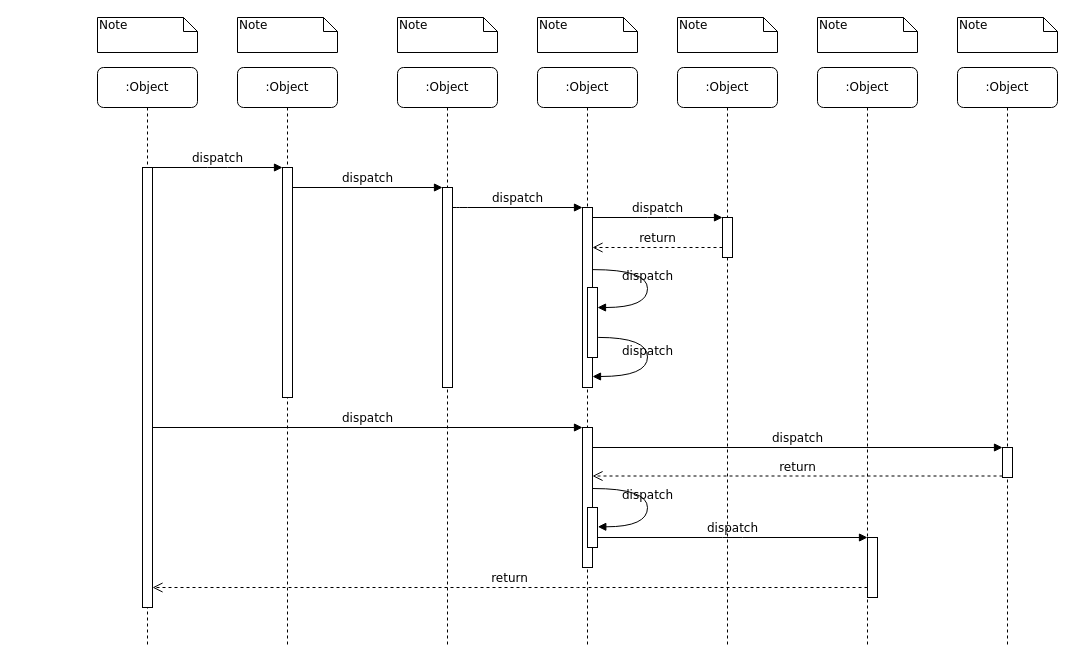
Above: Untitled Diagram.drawio in AdijeShen/images (draw.io), before the change. Source tidied: cells renumbered, new cells numbered last; positions are measured from the earlier drawing's top-left corner, leaving out a move shared by most shapes. Both pictures are drawn from the tidied source at 100%, with x=0, y=0 at pixel (97, 17).
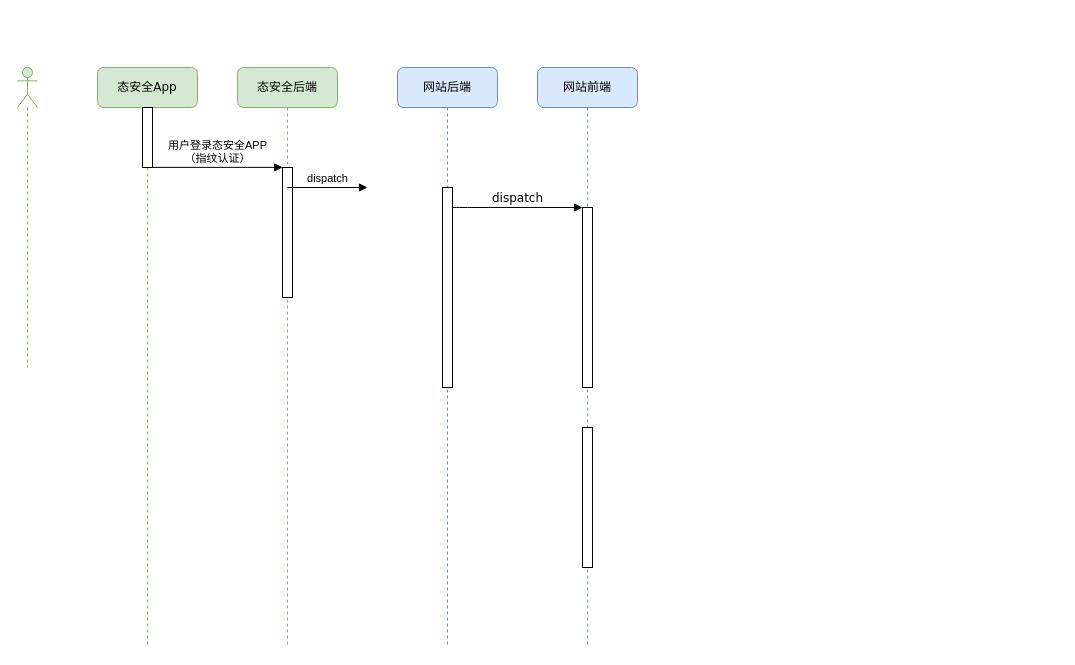
The same diagram, later.

The change refers to these unchanged cells:
```xml
<mxCell id="5" style="html=1;points=[];perimeter=orthogonalPerimeter;rounded=0;shadow=0;comic=0;labelBackgroundColor=none;strokeWidth=1;fontFamily=Verdana;fontSize=12;align=center;" parent="4" vertex="1">
  <mxGeometry x="45" y="120" width="10" height="200" as="geometry" />
</mxCell>
<mxCell id="12" style="html=1;points=[];perimeter=orthogonalPerimeter;rounded=0;shadow=0;comic=0;labelBackgroundColor=none;strokeWidth=1;fontFamily=Verdana;fontSize=12;align=center;" parent="1" vertex="1">
  <mxGeometry x="485" y="190" width="10" height="180" as="geometry" />
</mxCell>
<mxCell id="17" style="html=1;points=[];perimeter=orthogonalPerimeter;rounded=0;shadow=0;comic=0;labelBackgroundColor=none;strokeWidth=1;fontFamily=Verdana;fontSize=12;align=center;" parent="1" vertex="1">
  <mxGeometry x="485" y="410" width="10" height="140" as="geometry" />
</mxCell>
```

What changed in the source:
```diff
@@
-    <mxCell id="2" value=":Object" style="shape=umlLifeline;perimeter=lifelinePerimeter;whiteSpace=wrap;html=1;rounded=1;shadow=0;comic=0;labelBackgroundColor=none;strokeWidth=1;fontFamily=Verdana;fontSize=12;align=center;" parent="1" vertex="1">
+    <mxCell id="2" value="态安全后端" style="shape=umlLifeline;perimeter=lifelinePerimeter;whiteSpace=wrap;html=1;rounded=1;shadow=0;comic=0;labelBackgroundColor=none;strokeWidth=1;fontFamily=Verdana;fontSize=12;align=center;fillColor=#d5e8d4;strokeColor=#82b366;" parent="1" vertex="1">
       <mxGeometry x="140" y="50" width="100" height="580" as="geometry" />
     </mxCell>
     <mxCell id="3" style="html=1;points=[];perimeter=orthogonalPerimeter;rounded=0;shadow=0;comic=0;labelBackgroundColor=none;strokeWidth=1;fontFamily=Verdana;fontSize=12;align=center;" parent="2" vertex="1">
-      <mxGeometry x="45" y="100" width="10" height="230" as="geometry" />
+      <mxGeometry x="45" y="100" width="10" height="130" as="geometry" />
     </mxCell>
-    <mxCell id="4" value=":Object" style="shape=umlLifeline;perimeter=lifelinePerimeter;whiteSpace=wrap;html=1;rounded=1;shadow=0;comic=0;labelBackgroundColor=none;strokeWidth=1;fontFamily=Verdana;fontSize=12;align=center;" parent="1" vertex="1">
+    <mxCell id="4" value="网站后端" style="shape=umlLifeline;perimeter=lifelinePerimeter;whiteSpace=wrap;html=1;rounded=1;shadow=0;comic=0;labelBackgroundColor=none;strokeWidth=1;fontFamily=Verdana;fontSize=12;align=center;fillColor=#dae8fc;strokeColor=#6c8ebf;" parent="1" vertex="1">
       <mxGeometry x="300" y="50" width="100" height="580" as="geometry" />
     </mxCell>
@@
-    <mxCell id="6" value=":Object" style="shape=umlLifeline;perimeter=lifelinePerimeter;whiteSpace=wrap;html=1;rounded=1;shadow=0;comic=0;labelBackgroundColor=none;strokeWidth=1;fontFamily=Verdana;fontSize=12;align=center;" parent="1" vertex="1">
+    <mxCell id="6" value="网站前端" style="shape=umlLifeline;perimeter=lifelinePerimeter;whiteSpace=wrap;html=1;rounded=1;shadow=0;comic=0;labelBackgroundColor=none;strokeWidth=1;fontFamily=Verdana;fontSize=12;align=center;fillColor=#dae8fc;strokeColor=#6c8ebf;" parent="1" vertex="1">
       <mxGeometry x="440" y="50" width="100" height="580" as="geometry" />
     </mxCell>
-    <mxCell id="7" value=":Object" style="shape=umlLifeline;perimeter=lifelinePerimeter;whiteSpace=wrap;html=1;rounded=1;shadow=0;comic=0;labelBackgroundColor=none;strokeWidth=1;fontFamily=Verdana;fontSize=12;align=center;" parent="1" vertex="1">
-      <mxGeometry x="580" y="50" width="100" height="580" as="geometry" />
-    </mxCell>
-    <mxCell id="8" value=":Object" style="shape=umlLifeline;perimeter=lifelinePerimeter;whiteSpace=wrap;html=1;rounded=1;shadow=0;comic=0;labelBackgroundColor=none;strokeWidth=1;fontFamily=Verdana;fontSize=12;align=center;" parent="1" vertex="1">
-      <mxGeometry x="720" y="50" width="100" height="580" as="geometry" />
-    </mxCell>
-    <mxCell id="9" value=":Object" style="shape=umlLifeline;perimeter=lifelinePerimeter;whiteSpace=wrap;html=1;rounded=1;shadow=0;comic=0;labelBackgroundColor=none;strokeWidth=1;fontFamily=Verdana;fontSize=12;align=center;" parent="1" vertex="1">
-      <mxGeometry x="860" y="50" width="100" height="580" as="geometry" />
-    </mxCell>
-    <mxCell id="10" value=":Object" style="shape=umlLifeline;perimeter=lifelinePerimeter;whiteSpace=wrap;html=1;rounded=1;shadow=0;comic=0;labelBackgroundColor=none;strokeWidth=1;fontFamily=Verdana;fontSize=12;align=center;" parent="1" vertex="1">
+    <mxCell id="10" value="态安全App" style="shape=umlLifeline;perimeter=lifelinePerimeter;whiteSpace=wrap;html=1;rounded=1;shadow=0;comic=0;labelBackgroundColor=none;strokeWidth=1;fontFamily=Verdana;fontSize=12;align=center;fillColor=#d5e8d4;strokeColor=#82b366;" parent="1" vertex="1">
       <mxGeometry y="50" width="100" height="580" as="geometry" />
     </mxCell>
     <mxCell id="11" style="html=1;points=[];perimeter=orthogonalPerimeter;rounded=0;shadow=0;comic=0;labelBackgroundColor=none;strokeWidth=1;fontFamily=Verdana;fontSize=12;align=center;" parent="10" vertex="1">
-      <mxGeometry x="45" y="100" width="10" height="440" as="geometry" />
+      <mxGeometry x="45" y="40" width="10" height="60" as="geometry" />
     </mxCell>
@@
-    <mxCell id="14" style="html=1;points=[];perimeter=orthogonalPerimeter;rounded=0;shadow=0;comic=0;labelBackgroundColor=none;strokeWidth=1;fontFamily=Verdana;fontSize=12;align=center;" parent="1" vertex="1">
-      <mxGeometry x="625" y="200" width="10" height="40" as="geometry" />
-    </mxCell>
-    <mxCell id="15" value="dispatch" style="html=1;verticalAlign=bottom;endArrow=block;entryX=0;entryY=0;labelBackgroundColor=none;fontFamily=Verdana;fontSize=12;edgeStyle=elbowEdgeStyle;elbow=vertical;" parent="1" edge="1" source="12" target="14">
-      <mxGeometry relative="1" as="geometry" />
-    </mxCell>
-    <mxCell id="16" value="return" style="html=1;verticalAlign=bottom;endArrow=open;dashed=1;endSize=8;labelBackgroundColor=none;fontFamily=Verdana;fontSize=12;edgeStyle=elbowEdgeStyle;elbow=vertical;" parent="1" edge="1" source="14" target="12">
-      <mxGeometry relative="1" as="geometry">
-        <Array as="points">
-          <mxPoint x="570" y="230" />
-          <mxPoint x="600" y="230" />
-        </Array>
-      </mxGeometry>
-    </mxCell>
@@
-    <mxCell id="18" value="dispatch" style="html=1;verticalAlign=bottom;endArrow=block;entryX=0;entryY=0;labelBackgroundColor=none;fontFamily=Verdana;fontSize=12;" parent="1" edge="1" source="11" target="17">
-      <mxGeometry relative="1" as="geometry" />
-    </mxCell>
-    <mxCell id="19" style="html=1;points=[];perimeter=orthogonalPerimeter;rounded=0;shadow=0;comic=0;labelBackgroundColor=none;strokeColor=#000000;strokeWidth=1;fillColor=#FFFFFF;fontFamily=Verdana;fontSize=12;fontColor=#000000;align=center;" parent="1" vertex="1">
-      <mxGeometry x="905" y="430" width="10" height="30" as="geometry" />
-    </mxCell>
-    <mxCell id="20" value="dispatch" style="html=1;verticalAlign=bottom;endArrow=block;entryX=0;entryY=0;labelBackgroundColor=none;fontFamily=Verdana;fontSize=12;" parent="1" edge="1" source="17" target="19">
-      <mxGeometry relative="1" as="geometry" />
-    </mxCell>
-    <mxCell id="21" value="return" style="html=1;verticalAlign=bottom;endArrow=open;dashed=1;endSize=8;exitX=0;exitY=0.95;labelBackgroundColor=none;fontFamily=Verdana;fontSize=12;" parent="1" edge="1" source="19" target="17">
-      <mxGeometry relative="1" as="geometry" />
-    </mxCell>
-    <mxCell id="22" style="html=1;points=[];perimeter=orthogonalPerimeter;rounded=0;shadow=0;comic=0;labelBackgroundColor=none;strokeWidth=1;fontFamily=Verdana;fontSize=12;align=center;" parent="1" vertex="1">
-      <mxGeometry x="770" y="520" width="10" height="60" as="geometry" />
-    </mxCell>
-    <mxCell id="23" value="dispatch" style="html=1;verticalAlign=bottom;endArrow=block;entryX=0;entryY=0;labelBackgroundColor=none;fontFamily=Verdana;fontSize=12;edgeStyle=elbowEdgeStyle;elbow=vertical;" parent="1" edge="1" source="30" target="22">
-      <mxGeometry relative="1" as="geometry" />
-    </mxCell>
-    <mxCell id="24" value="return" style="html=1;verticalAlign=bottom;endArrow=open;dashed=1;endSize=8;labelBackgroundColor=none;fontFamily=Verdana;fontSize=12;edgeStyle=elbowEdgeStyle;elbow=vertical;" parent="1" edge="1" source="22" target="11">
-      <mxGeometry relative="1" as="geometry">
-        <Array as="points">
-          <mxPoint x="470" y="570" />
-        </Array>
-      </mxGeometry>
-    </mxCell>
-    <mxCell id="25" value="dispatch" style="html=1;verticalAlign=bottom;endArrow=block;entryX=0;entryY=0;labelBackgroundColor=none;fontFamily=Verdana;fontSize=12;edgeStyle=elbowEdgeStyle;elbow=vertical;" parent="1" edge="1" source="11" target="3">
+    <mxCell id="25" value="用户登录态安全APP&lt;br&gt;（指纹认证）" style="html=1;verticalAlign=bottom;endArrow=block;entryX=0.014;entryY=-0.001;entryDx=0;entryDy=0;entryPerimeter=0;" parent="1" edge="1" source="11" target="3">
       <mxGeometry relative="1" as="geometry" />
     </mxCell>
-    <mxCell id="26" value="dispatch" style="html=1;verticalAlign=bottom;endArrow=block;entryX=0;entryY=0;labelBackgroundColor=none;fontFamily=Verdana;fontSize=12;edgeStyle=elbowEdgeStyle;elbow=vertical;" parent="1" edge="1" source="3" target="5">
-      <mxGeometry relative="1" as="geometry" />
-    </mxCell>
-    <mxCell id="27" style="html=1;points=[];perimeter=orthogonalPerimeter;rounded=0;shadow=0;comic=0;labelBackgroundColor=none;strokeWidth=1;fontFamily=Verdana;fontSize=12;align=center;" parent="1" vertex="1">
-      <mxGeometry x="490" y="270" width="10" height="70" as="geometry" />
-    </mxCell>
-    <mxCell id="28" value="dispatch" style="html=1;verticalAlign=bottom;endArrow=block;labelBackgroundColor=none;fontFamily=Verdana;fontSize=12;elbow=vertical;edgeStyle=orthogonalEdgeStyle;curved=1;entryX=1;entryY=0.286;entryPerimeter=0;exitX=1.038;exitY=0.345;exitPerimeter=0;" parent="1" edge="1" source="12" target="27">
-      <mxGeometry relative="1" as="geometry">
-        <Array as="points">
-          <mxPoint x="550" y="252" />
-          <mxPoint x="550" y="290" />
-        </Array>
-      </mxGeometry>
-    </mxCell>
-    <mxCell id="29" value="dispatch" style="html=1;verticalAlign=bottom;endArrow=block;labelBackgroundColor=none;fontFamily=Verdana;fontSize=12;elbow=vertical;edgeStyle=orthogonalEdgeStyle;curved=1;exitX=1.066;exitY=0.713;exitPerimeter=0;" parent="1" edge="1" source="27">
-      <mxGeometry relative="1" as="geometry">
-        <mxPoint x="495" y="359" as="targetPoint" />
-        <Array as="points">
-          <mxPoint x="550" y="320" />
-          <mxPoint x="550" y="359" />
-        </Array>
-      </mxGeometry>
-    </mxCell>
-    <mxCell id="30" style="html=1;points=[];perimeter=orthogonalPerimeter;rounded=0;shadow=0;comic=0;labelBackgroundColor=none;strokeWidth=1;fontFamily=Verdana;fontSize=12;align=center;" parent="1" vertex="1">
-      <mxGeometry x="490" y="490" width="10" height="40" as="geometry" />
-    </mxCell>
-    <mxCell id="31" value="dispatch" style="html=1;verticalAlign=bottom;endArrow=block;labelBackgroundColor=none;fontFamily=Verdana;fontSize=12;elbow=vertical;edgeStyle=orthogonalEdgeStyle;curved=1;entryX=1;entryY=0.286;entryPerimeter=0;exitX=1.038;exitY=0.345;exitPerimeter=0;" parent="1" edge="1">
-      <mxGeometry relative="1" as="geometry">
-        <mxPoint x="495.3" y="471" as="sourcePoint" />
-        <mxPoint x="500.3" y="509.3" as="targetPoint" />
-        <Array as="points">
-          <mxPoint x="550" y="471" />
-          <mxPoint x="550" y="509" />
-        </Array>
-      </mxGeometry>
-    </mxCell>
-    <mxCell id="32" value="Note" style="shape=note;whiteSpace=wrap;html=1;size=14;verticalAlign=top;align=left;spacingTop=-6;rounded=0;shadow=0;comic=0;labelBackgroundColor=none;strokeWidth=1;fontFamily=Verdana;fontSize=12;" parent="1" vertex="1">
-      <mxGeometry width="100" height="35" as="geometry" />
-    </mxCell>
-    <mxCell id="33" value="Note" style="shape=note;whiteSpace=wrap;html=1;size=14;verticalAlign=top;align=left;spacingTop=-6;rounded=0;shadow=0;comic=0;labelBackgroundColor=none;strokeWidth=1;fontFamily=Verdana;fontSize=12;" parent="1" vertex="1">
-      <mxGeometry x="140" width="100" height="35" as="geometry" />
-    </mxCell>
-    <mxCell id="34" value="Note" style="shape=note;whiteSpace=wrap;html=1;size=14;verticalAlign=top;align=left;spacingTop=-6;rounded=0;shadow=0;comic=0;labelBackgroundColor=none;strokeWidth=1;fontFamily=Verdana;fontSize=12;" parent="1" vertex="1">
-      <mxGeometry x="300" width="100" height="35" as="geometry" />
-    </mxCell>
-    <mxCell id="35" value="Note" style="shape=note;whiteSpace=wrap;html=1;size=14;verticalAlign=top;align=left;spacingTop=-6;rounded=0;shadow=0;comic=0;labelBackgroundColor=none;strokeWidth=1;fontFamily=Verdana;fontSize=12;" parent="1" vertex="1">
-      <mxGeometry x="440" width="100" height="35" as="geometry" />
-    </mxCell>
-    <mxCell id="36" value="Note" style="shape=note;whiteSpace=wrap;html=1;size=14;verticalAlign=top;align=left;spacingTop=-6;rounded=0;shadow=0;comic=0;labelBackgroundColor=none;strokeWidth=1;fontFamily=Verdana;fontSize=12;" parent="1" vertex="1">
-      <mxGeometry x="580" width="100" height="35" as="geometry" />
-    </mxCell>
-    <mxCell id="37" value="Note" style="shape=note;whiteSpace=wrap;html=1;size=14;verticalAlign=top;align=left;spacingTop=-6;rounded=0;shadow=0;comic=0;labelBackgroundColor=none;strokeWidth=1;fontFamily=Verdana;fontSize=12;" parent="1" vertex="1">
-      <mxGeometry x="720" width="100" height="35" as="geometry" />
-    </mxCell>
-    <mxCell id="38" value="Note" style="shape=note;whiteSpace=wrap;html=1;size=14;verticalAlign=top;align=left;spacingTop=-6;rounded=0;shadow=0;comic=0;labelBackgroundColor=none;strokeWidth=1;fontFamily=Verdana;fontSize=12;" parent="1" vertex="1">
-      <mxGeometry x="860" width="100" height="35" as="geometry" />
-    </mxCell>
+    <mxCell id="39" value="dispatch" style="html=1;verticalAlign=bottom;endArrow=block;" parent="1" edge="1">
+      <mxGeometry relative="1" as="geometry">
+        <mxPoint x="190" y="170" as="sourcePoint" />
+        <mxPoint x="270" y="170" as="targetPoint" />
+      </mxGeometry>
+    </mxCell>
+    <mxCell id="40" style="shape=umlLifeline;participant=umlActor;perimeter=lifelinePerimeter;whiteSpace=wrap;html=1;verticalAlign=middle;rounded=1;shadow=0;fontFamily=Verdana;strokeColor=#82b366;strokeWidth=1;fillColor=#d5e8d4;comic=0;" parent="1" vertex="1">
+      <mxGeometry x="-80" y="50" width="20" height="300" as="geometry" />
+    </mxCell>
```
